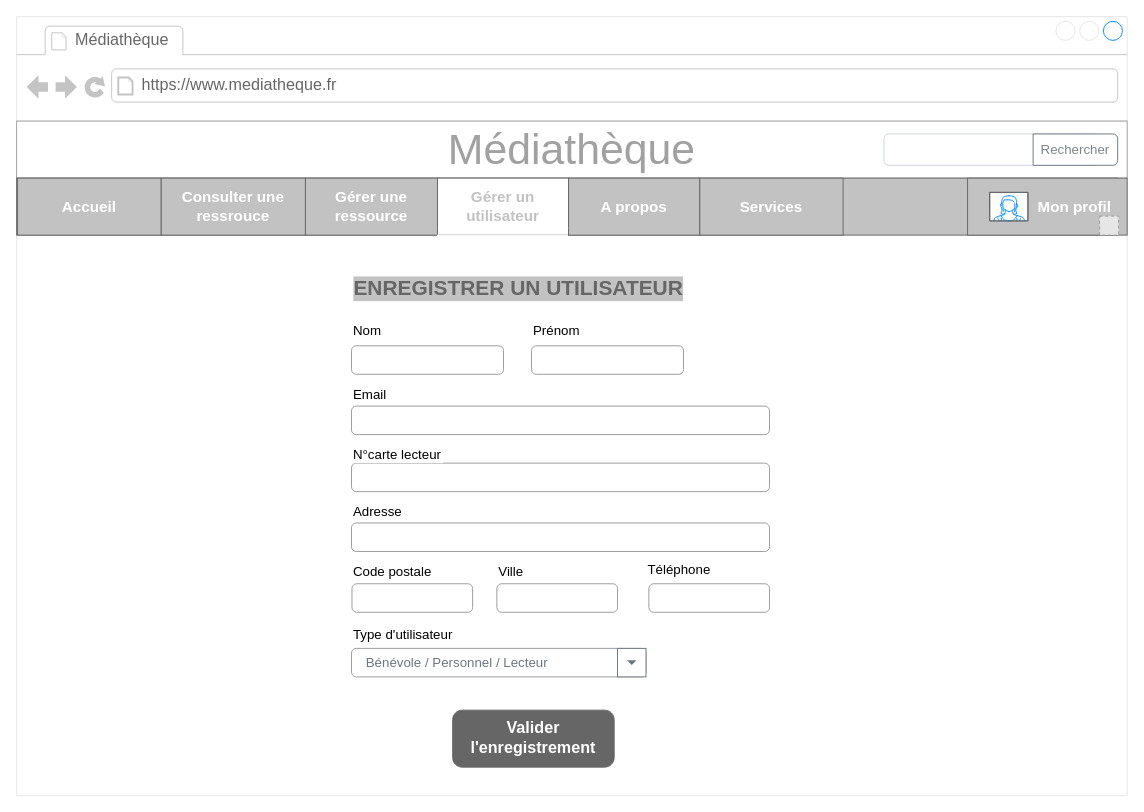
This is page "Gérer utilisateurs_P" (7 of 12) of BDD/Développer des composants d'interface/Maquetter_une_application/UX_UI/Maquette_mediatheque.drawio from etienneoceane/CDA, a draw.io file, before an edit. Source tidied: cells renumbered, new cells numbered last; positions are measured from the earlier drawing's top-left corner, leaving out a move shared by most shapes. Both pictures are drawn from the tidied source at 95%, with x=0, y=0 at pixel (16, 16). Pictures stored in the file or linked from it are replaced by grey dashed boxes.
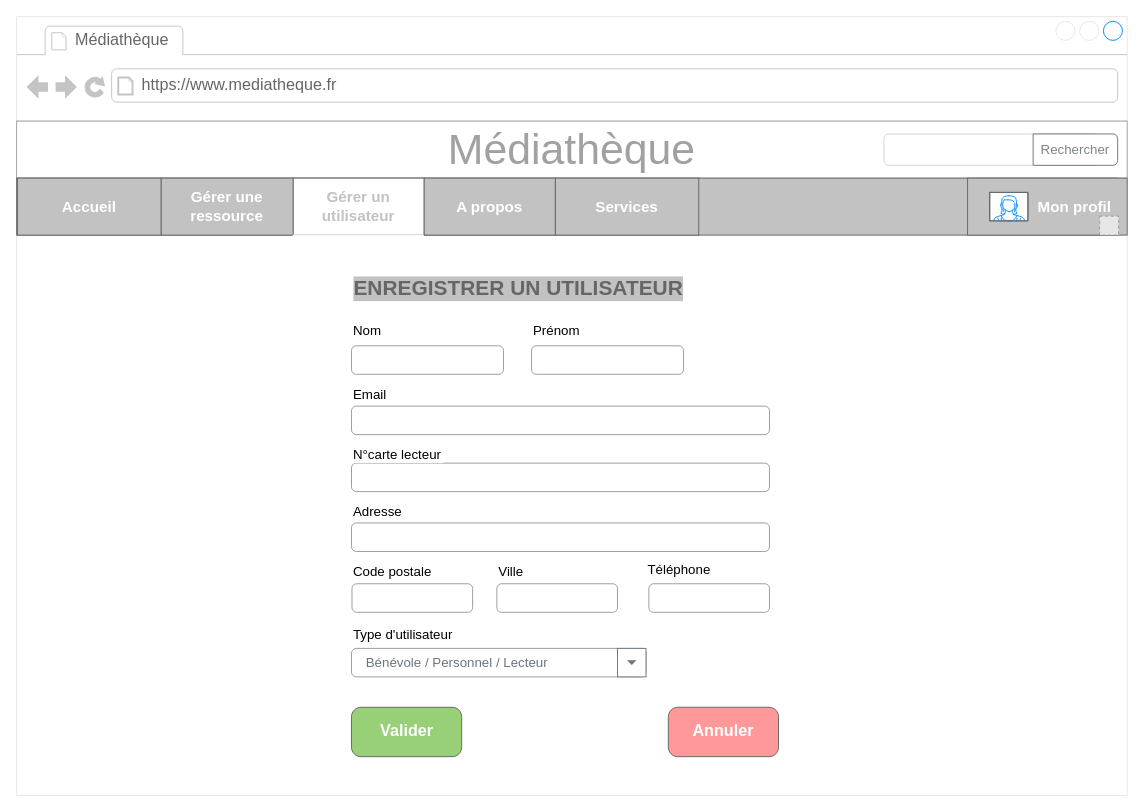
The same diagram, later.

Unchanged cells that the change refers to:
```xml
<mxCell id="2" style="strokeWidth=1;shadow=0;dashed=0;align=center;html=1;shape=mxgraph.mockup.containers.browserWindow;rSize=0;strokeColor=#E6E6E6;strokeColor2=#008cff;strokeColor3=#c4c4c4;mainText=,;" parent="1" vertex="1">
  <mxGeometry width="1169" height="820" as="geometry" />
</mxCell>
```

The edit, as a diff of the source:
```diff
@@
     <mxCell id="8" value="Services" style="rounded=0;whiteSpace=wrap;html=1;fontSize=16;fontColor=#FFFFFF;strokeColor=#666666;fillColor=#C2C2C2;fontStyle=1;" parent="2" vertex="1">
-      <mxGeometry x="719" y="170" width="151" height="60" as="geometry" />
+      <mxGeometry x="567" y="170" width="151" height="60" as="geometry" />
     </mxCell>
-    <mxCell id="9" value="Consulter une ressrouce" style="rounded=0;whiteSpace=wrap;html=1;fontSize=16;strokeColor=#666666;fillColor=#C2C2C2;fontColor=#FFFFFF;fontStyle=1;" parent="2" vertex="1">
-      <mxGeometry x="152" y="170" width="152" height="60" as="geometry" />
-    </mxCell>
     <mxCell id="10" value="Gérer un utilisateur" style="rounded=0;whiteSpace=wrap;html=1;fontSize=16;strokeColor=#666666;fillColor=#FFFFFF;fontColor=#C2C2C2;fontStyle=1;" parent="2" vertex="1">
-      <mxGeometry x="443" y="170" width="138" height="60" as="geometry" />
+      <mxGeometry x="291" y="170" width="138" height="60" as="geometry" />
     </mxCell>
     <mxCell id="11" value="A propos" style="rounded=0;whiteSpace=wrap;html=1;fontSize=16;strokeColor=#666666;fillColor=#C2C2C2;fontColor=#FFFFFF;fontStyle=1;" parent="2" vertex="1">
-      <mxGeometry x="581" y="170" width="138" height="60" as="geometry" />
+      <mxGeometry x="429" y="170" width="138" height="60" as="geometry" />
     </mxCell>
     <mxCell id="12" value="Gérer une ressource" style="rounded=0;whiteSpace=wrap;html=1;fontSize=16;strokeColor=#666666;fillColor=#C2C2C2;fontColor=#FFFFFF;fontStyle=1;" parent="2" vertex="1">
-      <mxGeometry x="304" y="170" width="139" height="60" as="geometry" />
+      <mxGeometry x="152" y="170" width="139" height="60" as="geometry" />
     </mxCell>
@@
     <mxCell id="28" style="rounded=0;whiteSpace=wrap;html=1;shadow=0;labelBackgroundColor=none;fontSize=29;strokeColor=#FFFFFF;fillColor=#FFFFFF;" parent="2" vertex="1">
-      <mxGeometry x="443" y="230" width="137" height="1.5" as="geometry" />
+      <mxGeometry x="291" y="230" width="137" height="1.5" as="geometry" />
     </mxCell>
@@
-    <mxCell id="40" value="Valider l'enregistrement" style="strokeWidth=1;shadow=0;dashed=0;align=center;html=1;shape=mxgraph.mockup.buttons.button;strokeColor=#666666;fontColor=#ffffff;mainText=;buttonStyle=round;fontSize=17;fontStyle=1;fillColor=#666666;whiteSpace=wrap;labelBackgroundColor=none;fontFamily=Helvetica;" parent="2" vertex="1">
-      <mxGeometry x="459" y="730" width="170" height="60" as="geometry" />
-    </mxCell>
-    <mxCell id="41" style="rounded=0;whiteSpace=wrap;html=1;shadow=0;labelBackgroundColor=none;fontSize=29;strokeColor=#FFFFFF;fillColor=#FFFFFF;" parent="1" vertex="1">
-      <mxGeometry x="444" y="221.5" width="136" height="1.5" as="geometry" />
-    </mxCell>
+    <mxCell id="42" value="Valider" style="strokeWidth=1;shadow=0;dashed=0;align=center;html=1;shape=mxgraph.mockup.buttons.button;strokeColor=#666666;fontColor=#ffffff;mainText=;buttonStyle=round;fontSize=17;fontStyle=1;fillColor=#97D077;whiteSpace=wrap;labelBackgroundColor=none;fontFamily=Helvetica;" parent="2" vertex="1">
+      <mxGeometry x="352.5" y="727" width="116" height="52" as="geometry" />
+    </mxCell>
+    <mxCell id="43" value="Annuler" style="strokeWidth=1;shadow=0;dashed=0;align=center;html=1;shape=mxgraph.mockup.buttons.button;strokeColor=#666666;fontColor=#ffffff;mainText=;buttonStyle=round;fontSize=17;fontStyle=1;fillColor=#FF9999;whiteSpace=wrap;labelBackgroundColor=none;fontFamily=Helvetica;" parent="2" vertex="1">
+      <mxGeometry x="686" y="727" width="116" height="52" as="geometry" />
+    </mxCell>
```
